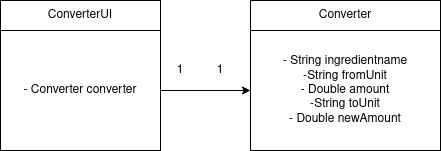
Above: dokumentointi/classes.png in nagajaga/ot-harjoitustyo (draw.io), before the change. Source tidied: cells renumbered, new cells last; positions are measured from the earlier drawing's top-left corner, leaving out a move shared by most shapes. The source it was exported from:
```xml
<mxGraphModel>
  <root>
    <mxCell id="0" />
    <mxCell id="1" parent="0" />
    <mxCell id="2" value="&lt;div&gt;- String ingredientname&lt;/div&gt;&lt;div&gt;-String fromUnit&lt;/div&gt;&lt;div&gt;- Double amount&lt;/div&gt;&lt;div&gt;-String toUnit&lt;/div&gt;&lt;div&gt;- Double newAmount&lt;br&gt;&lt;/div&gt;" style="rounded=0;whiteSpace=wrap;html=1;" parent="1" vertex="1">
      <mxGeometry x="250" y="30" width="190" height="120" as="geometry" />
    </mxCell>
    <mxCell id="3" value="Converter" style="rounded=0;whiteSpace=wrap;html=1;" parent="1" vertex="1">
      <mxGeometry x="250" width="190" height="30" as="geometry" />
    </mxCell>
    <mxCell id="4" value="- Converter converter" style="rounded=0;whiteSpace=wrap;html=1;" parent="1" vertex="1">
      <mxGeometry y="30" width="160" height="120" as="geometry" />
    </mxCell>
    <mxCell id="5" value="ConverterUI" style="rounded=0;whiteSpace=wrap;html=1;" parent="1" vertex="1">
      <mxGeometry width="160" height="30" as="geometry" />
    </mxCell>
    <mxCell id="6" style="endArrow=classic;html=1;exitX=1;exitY=0.5;exitDx=0;exitDy=0;entryX=0;entryY=0.5;entryDx=0;entryDy=0;" parent="1" edge="1" source="4" target="2">
      <mxGeometry relative="1" as="geometry" />
    </mxCell>
    <mxCell id="7" value="1" style="text;html=1;strokeColor=none;fillColor=none;align=center;verticalAlign=middle;whiteSpace=wrap;rounded=0;" parent="1" vertex="1">
      <mxGeometry x="160" y="60" width="40" height="20" as="geometry" />
    </mxCell>
    <mxCell id="8" value="1" style="text;html=1;strokeColor=none;fillColor=none;align=center;verticalAlign=middle;whiteSpace=wrap;rounded=0;" parent="1" vertex="1">
      <mxGeometry x="200" y="60" width="40" height="20" as="geometry" />
    </mxCell>
  </root>
</mxGraphModel>
```
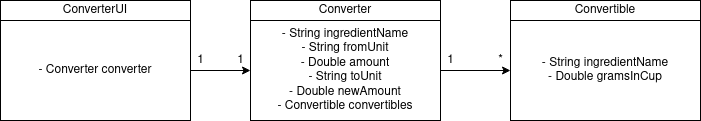
Later version of the same file.

Diff of the diagram source:
```diff
@@ -2,26 +2,41 @@
   <root>
     <mxCell id="0" />
     <mxCell id="1" parent="0" />
-    <mxCell id="2" value="&lt;div&gt;- String ingredientname&lt;/div&gt;&lt;div&gt;-String fromUnit&lt;/div&gt;&lt;div&gt;- Double amount&lt;/div&gt;&lt;div&gt;-String toUnit&lt;/div&gt;&lt;div&gt;- Double newAmount&lt;br&gt;&lt;/div&gt;" style="rounded=0;whiteSpace=wrap;html=1;" parent="1" vertex="1">
-      <mxGeometry x="250" y="30" width="190" height="120" as="geometry" />
-    </mxCell>
+    <mxCell id="9" style="edgeStyle=orthogonalEdgeStyle;rounded=0;jettySize=auto;html=1;" parent="1" edge="1" source="4" target="11">
+      <mxGeometry relative="1" as="geometry" />
+    </mxCell>
+    <mxCell id="4" value="- Converter converter" style="rounded=0;whiteSpace=wrap;html=1;" parent="1" vertex="1">
+      <mxGeometry y="20" width="190" height="100" as="geometry" />
+    </mxCell>
+    <mxCell id="10" style="edgeStyle=orthogonalEdgeStyle;rounded=0;jettySize=auto;html=1;entryX=0;entryY=0.5;entryDx=0;entryDy=0;" parent="1" edge="1" source="11" target="14">
+      <mxGeometry relative="1" as="geometry" />
+    </mxCell>
+    <mxCell id="11" value="&lt;div&gt;- String ingredientName&lt;/div&gt;&lt;div&gt;- String fromUnit&lt;/div&gt;&lt;div&gt;- Double amount&lt;/div&gt;&lt;div&gt;- String toUnit&lt;/div&gt;&lt;div&gt;- Double newAmount&lt;/div&gt;&lt;div&gt;- Convertible convertibles&lt;br&gt;&lt;/div&gt;" style="rounded=0;whiteSpace=wrap;html=1;" parent="1" vertex="1">
+      <mxGeometry x="250" y="20" width="190" height="100" as="geometry" />
+    </mxCell>
+    <mxCell id="12" value="1" style="text;html=1;align=center;verticalAlign=middle;" parent="1" vertex="1">
+      <mxGeometry x="190" y="50" width="20" height="20" as="geometry" />
+    </mxCell>
+    <mxCell id="13" value="1" style="text;html=1;align=center;verticalAlign=middle;" parent="1" vertex="1">
+      <mxGeometry x="230" y="50" width="20" height="20" as="geometry" />
+    </mxCell>
+    <mxCell id="14" value="&lt;div&gt;- String ingredientName&lt;/div&gt;&lt;div&gt;- Double gramsInCup&lt;br&gt;&lt;/div&gt;" style="rounded=0;whiteSpace=wrap;html=1;" parent="1" vertex="1">
+      <mxGeometry x="510" y="20" width="190" height="100" as="geometry" />
+    </mxCell>
+    <mxCell id="15" value="1" style="text;html=1;align=center;verticalAlign=middle;" parent="1" vertex="1">
+      <mxGeometry x="440" y="50" width="20" height="20" as="geometry" />
+    </mxCell>
+    <mxCell id="16" value="*" style="text;html=1;align=center;verticalAlign=middle;" parent="1" vertex="1">
+      <mxGeometry x="490" y="50" width="20" height="20" as="geometry" />
+    </mxCell>
+    <mxCell id="5" value="ConverterUI" style="rounded=0;whiteSpace=wrap;html=1;" parent="1" vertex="1">
+      <mxGeometry width="190" height="20" as="geometry" />
+    </mxCell>
     <mxCell id="3" value="Converter" style="rounded=0;whiteSpace=wrap;html=1;" parent="1" vertex="1">
-      <mxGeometry x="250" width="190" height="30" as="geometry" />
+      <mxGeometry x="250" width="190" height="20" as="geometry" />
     </mxCell>
-    <mxCell id="4" value="- Converter converter" style="rounded=0;whiteSpace=wrap;html=1;" parent="1" vertex="1">
-      <mxGeometry y="30" width="160" height="120" as="geometry" />
-    </mxCell>
-    <mxCell id="5" value="ConverterUI" style="rounded=0;whiteSpace=wrap;html=1;" parent="1" vertex="1">
-      <mxGeometry width="160" height="30" as="geometry" />
-    </mxCell>
-    <mxCell id="6" style="endArrow=classic;html=1;exitX=1;exitY=0.5;exitDx=0;exitDy=0;entryX=0;entryY=0.5;entryDx=0;entryDy=0;" parent="1" edge="1" source="4" target="2">
-      <mxGeometry relative="1" as="geometry" />
-    </mxCell>
-    <mxCell id="7" value="1" style="text;html=1;strokeColor=none;fillColor=none;align=center;verticalAlign=middle;whiteSpace=wrap;rounded=0;" parent="1" vertex="1">
-      <mxGeometry x="160" y="60" width="40" height="20" as="geometry" />
-    </mxCell>
-    <mxCell id="8" value="1" style="text;html=1;strokeColor=none;fillColor=none;align=center;verticalAlign=middle;whiteSpace=wrap;rounded=0;" parent="1" vertex="1">
-      <mxGeometry x="200" y="60" width="40" height="20" as="geometry" />
-    </mxCell>
+    <mxCell id="17" value="Convertible" style="rounded=0;whiteSpace=wrap;html=1;" parent="1" vertex="1">
+      <mxGeometry x="510" width="190" height="20" as="geometry" />
+    </mxCell>
   </root>
 </mxGraphModel>
```
